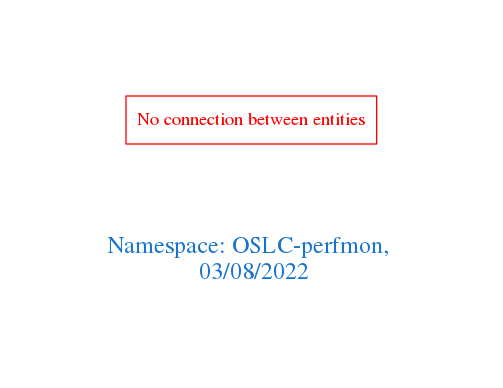
Above: downloads/OSLC-perfmon.png in arago/OGIT (Graphviz), before the change. Its source is kept beside it as downloads/OSLC-perfmon.dot.
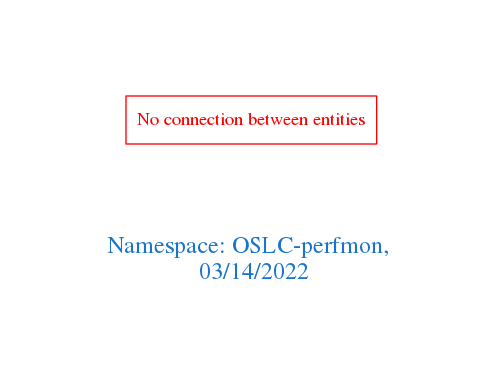
After the change.

Change to the diagram source:
```diff
@@ -1,7 +1,7 @@
 digraph OGIT_ontology {
  graph [ rankdir= LR,pad=1
 fontsize = 18,
-fontcolor= dodgerblue3,label = "\n\n\nNamespace: OSLC-perfmon, \n 03/08/2022"];
+fontcolor= dodgerblue3,label = "\n\n\nNamespace: OSLC-perfmon, \n 03/14/2022"];
 node[shape=polygon];
 edge [  color="gray81"];
 
```
